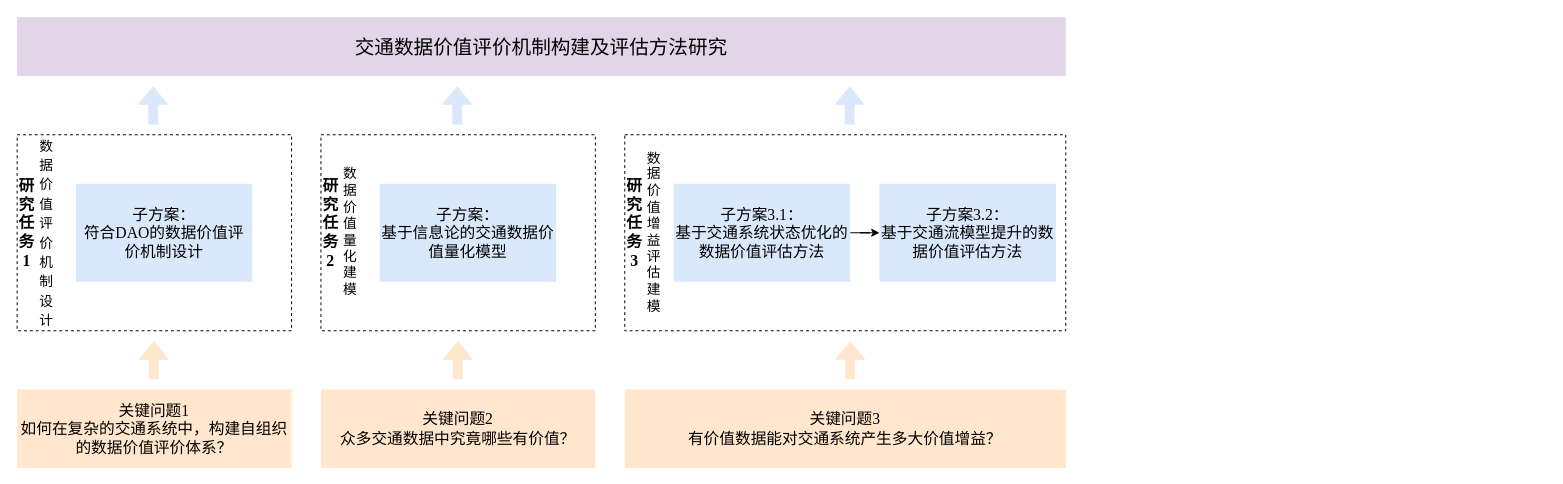
eveyuyi/pics_git keeps this draw.io diagram as images/青基_研究路线.drawio. Above is the earlier version. Source tidied: cells renumbered, new cells numbered last; positions are measured from the earlier drawing's top-left corner, leaving out a move shared by most shapes. Both pictures are drawn from the tidied source at 98%, with x=0, y=0 at pixel (17, 17).
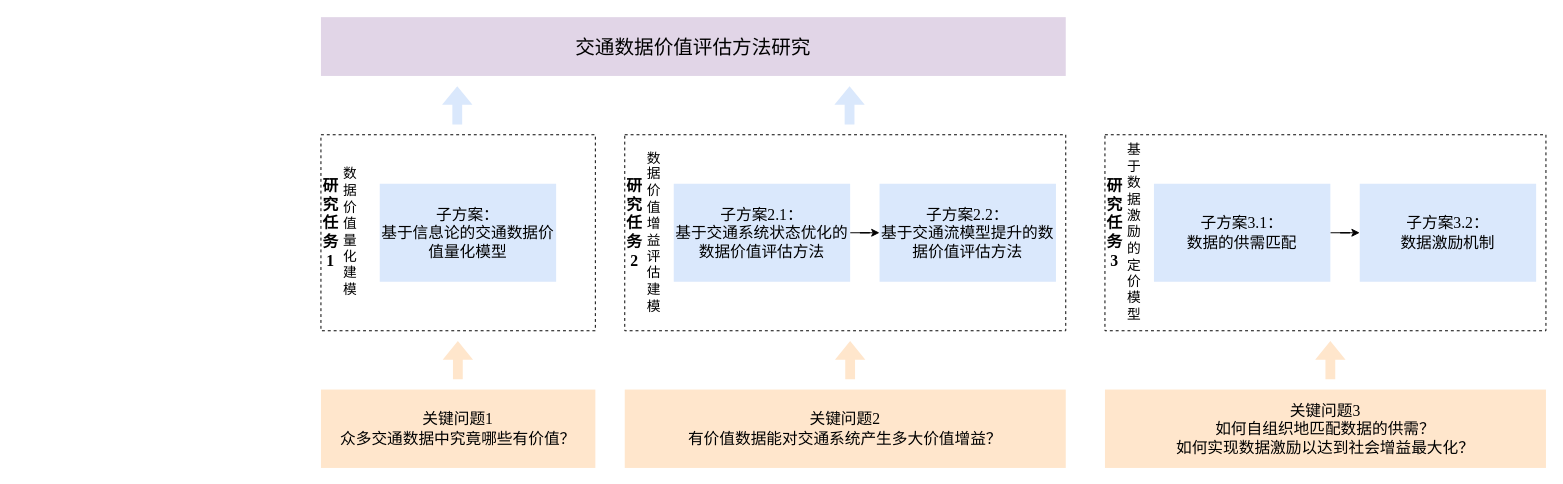
The same diagram, later.

Commit message:
Update 青基_研究路线.drawio

What changed in the source:
```diff
@@
-    <mxCell id="2" style="rounded=0;whiteSpace=wrap;html=1;fontFamily=Times New Roman;fontSize=14;fillColor=none;dashed=1;" parent="1" vertex="1">
-      <mxGeometry y="120" width="280" height="200" as="geometry" />
-    </mxCell>
-    <mxCell id="3" value="&lt;font style=&quot;font-size: 20px;&quot;&gt;交通数据价值评价机制构建及评估方法研究&lt;/font&gt;" style="rounded=0;whiteSpace=wrap;html=1;fillColor=#e1d5e7;strokeColor=none;fontSize=16;fontFamily=Times New Roman;" parent="1" vertex="1">
-      <mxGeometry width="1070" height="60" as="geometry" />
+    <mxCell id="3" value="&lt;font style=&quot;font-size: 20px;&quot;&gt;交通数据价值评估方法研究&lt;/font&gt;" style="rounded=0;whiteSpace=wrap;html=1;fillColor=#e1d5e7;strokeColor=none;fontSize=16;fontFamily=Times New Roman;" parent="1" vertex="1">
+      <mxGeometry x="310" width="760" height="60" as="geometry" />
     </mxCell>
-    <mxCell id="4" value="&lt;span style=&quot;font-weight: normal;&quot;&gt;子方案：&lt;br&gt;符合DAO的数据价值评价机制设计&lt;/span&gt;" style="rounded=0;whiteSpace=wrap;html=1;fillColor=#dae8fc;strokeColor=none;fontSize=16;fontStyle=1;flipH=0;flipV=0;fontFamily=Times New Roman;" parent="1" vertex="1">
-      <mxGeometry x="60" y="170" width="180" height="100" as="geometry" />
-    </mxCell>
-    <mxCell id="5" value="关键问题1&lt;br&gt;如何在复杂的交通系统中，构建自组织的数据价值评价体系？" style="rounded=0;whiteSpace=wrap;html=1;fontSize=16;fillColor=#ffe6cc;strokeColor=none;fontFamily=Times New Roman;" parent="1" vertex="1">
-      <mxGeometry y="380" width="280" height="80" as="geometry" />
-    </mxCell>
-    <mxCell id="6" value="关键问题2&lt;br&gt;众多交通数据中究竟哪些有价值？" style="rounded=0;whiteSpace=wrap;html=1;fontSize=16;fillColor=#ffe6cc;strokeColor=none;fontFamily=Times New Roman;" parent="1" vertex="1">
+    <mxCell id="6" value="关键问题1&lt;br&gt;众多交通数据中究竟哪些有价值？" style="rounded=0;whiteSpace=wrap;html=1;fontSize=16;fillColor=#ffe6cc;strokeColor=none;fontFamily=Times New Roman;" parent="1" vertex="1">
       <mxGeometry x="310" y="380" width="280" height="80" as="geometry" />
     </mxCell>
-    <mxCell id="7" value="关键问题3&lt;br&gt;有价值数据能对交通系统产生多大价值增益？" style="rounded=0;whiteSpace=wrap;html=1;fontSize=16;fillColor=#ffe6cc;strokeColor=none;fontFamily=Times New Roman;" parent="1" vertex="1">
+    <mxCell id="7" value="关键问题2&lt;br&gt;有价值数据能对交通系统产生多大价值增益？" style="rounded=0;whiteSpace=wrap;html=1;fontSize=16;fillColor=#ffe6cc;strokeColor=none;fontFamily=Times New Roman;" parent="1" vertex="1">
       <mxGeometry x="620" y="380" width="450" height="80" as="geometry" />
     </mxCell>
-    <mxCell id="8" value="&lt;b&gt;研究任务1&lt;/b&gt;" style="rounded=0;whiteSpace=wrap;html=1;fontSize=16;fillColor=none;strokeColor=none;fontFamily=Times New Roman;" parent="1" vertex="1">
-      <mxGeometry y="180" width="20" height="60" as="geometry" />
-    </mxCell>
-    <mxCell id="9" value="&lt;font style=&quot;font-size: 14px;&quot;&gt;数据价值评价机制设计&lt;/font&gt;" style="rounded=0;whiteSpace=wrap;html=1;fontSize=16;fillColor=none;strokeColor=none;fontFamily=Times New Roman;" parent="1" vertex="1">
-      <mxGeometry x="20" y="190" width="20" height="60" as="geometry" />
-    </mxCell>
@@
-    <mxCell id="12" value="&lt;b&gt;研究任务2&lt;/b&gt;" style="rounded=0;whiteSpace=wrap;html=1;fontSize=16;fillColor=none;strokeColor=none;fontFamily=Times New Roman;" parent="1" vertex="1">
+    <mxCell id="12" value="&lt;b&gt;研究任务1&lt;/b&gt;" style="rounded=0;whiteSpace=wrap;html=1;fontSize=16;fillColor=none;strokeColor=none;fontFamily=Times New Roman;" parent="1" vertex="1">
       <mxGeometry x="310" y="180" width="20" height="60" as="geometry" />
     </mxCell>
@@
-    <mxCell id="15" value="&lt;span style=&quot;font-weight: normal;&quot;&gt;子方案3.2：&lt;br&gt;&lt;/span&gt;&lt;span style=&quot;font-weight: 400;&quot;&gt;基于交通流模型提升的数据价值评估方法&lt;/span&gt;&lt;span style=&quot;font-weight: normal;&quot;&gt;&lt;br&gt;&lt;/span&gt;" style="rounded=0;whiteSpace=wrap;html=1;fillColor=#dae8fc;strokeColor=none;fontSize=16;fontStyle=1;flipH=0;flipV=0;fontFamily=Times New Roman;" parent="1" vertex="1">
+    <mxCell id="15" value="&lt;span style=&quot;font-weight: normal;&quot;&gt;子方案2.2：&lt;br&gt;&lt;/span&gt;&lt;span style=&quot;font-weight: 400;&quot;&gt;基于交通流模型提升的数据价值评估方法&lt;/span&gt;&lt;span style=&quot;font-weight: normal;&quot;&gt;&lt;br&gt;&lt;/span&gt;" style="rounded=0;whiteSpace=wrap;html=1;fillColor=#dae8fc;strokeColor=none;fontSize=16;fontStyle=1;flipH=0;flipV=0;fontFamily=Times New Roman;" parent="1" vertex="1">
       <mxGeometry x="880" y="170" width="180" height="100" as="geometry" />
     </mxCell>
-    <mxCell id="16" value="&lt;b&gt;研究任务3&lt;/b&gt;" style="rounded=0;whiteSpace=wrap;html=1;fontSize=16;fillColor=none;strokeColor=none;fontFamily=Times New Roman;" parent="1" vertex="1">
+    <mxCell id="16" value="&lt;b&gt;研究任务2&lt;/b&gt;" style="rounded=0;whiteSpace=wrap;html=1;fontSize=16;fillColor=none;strokeColor=none;fontFamily=Times New Roman;" parent="1" vertex="1">
       <mxGeometry x="620" y="180" width="20" height="60" as="geometry" />
     </mxCell>
@@
-    <mxCell id="18" style="shape=flexArrow;endArrow=classic;html=1;rounded=0;fontFamily=Times New Roman;fontSize=14;fillColor=#ffe6cc;strokeColor=none;" parent="1" edge="1">
-      <mxGeometry relative="1" as="geometry">
-        <mxPoint x="139.5" y="370" as="sourcePoint" />
-        <mxPoint x="139.5" y="330" as="targetPoint" />
-      </mxGeometry>
-    </mxCell>
@@
-    <mxCell id="20" value="&lt;span style=&quot;font-weight: normal;&quot;&gt;子方案3.1：&lt;br&gt;&lt;/span&gt;&lt;span style=&quot;font-weight: 400;&quot;&gt;基于交通系统状态优化的数据价值评估方法&lt;/span&gt;&lt;span style=&quot;font-weight: normal;&quot;&gt;&lt;br&gt;&lt;/span&gt;" style="rounded=0;whiteSpace=wrap;html=1;fillColor=#dae8fc;strokeColor=none;fontSize=16;fontStyle=1;flipH=0;flipV=0;fontFamily=Times New Roman;" parent="1" vertex="1">
+    <mxCell id="20" value="&lt;span style=&quot;font-weight: normal;&quot;&gt;子方案2.1：&lt;br&gt;&lt;/span&gt;&lt;span style=&quot;font-weight: 400;&quot;&gt;基于交通系统状态优化的数据价值评估方法&lt;/span&gt;&lt;span style=&quot;font-weight: normal;&quot;&gt;&lt;br&gt;&lt;/span&gt;" style="rounded=0;whiteSpace=wrap;html=1;fillColor=#dae8fc;strokeColor=none;fontSize=16;fontStyle=1;flipH=0;flipV=0;fontFamily=Times New Roman;" parent="1" vertex="1">
       <mxGeometry x="670" y="170" width="180" height="100" as="geometry" />
     </mxCell>
@@
-    <mxCell id="23" style="shape=flexArrow;endArrow=classic;html=1;rounded=0;fontFamily=Times New Roman;fontSize=14;fillColor=#dae8fc;strokeColor=none;" parent="1" edge="1">
-      <mxGeometry relative="1" as="geometry">
-        <mxPoint x="138.9" y="110" as="sourcePoint" />
-        <mxPoint x="138.9" y="70" as="targetPoint" />
-      </mxGeometry>
-    </mxCell>
@@
+    <mxCell id="26" style="rounded=0;whiteSpace=wrap;html=1;fontFamily=Times New Roman;fontSize=14;fillColor=none;dashed=1;" parent="1" vertex="1">
+      <mxGeometry x="1110" y="120" width="450" height="200" as="geometry" />
+    </mxCell>
+    <mxCell id="27" value="&lt;span style=&quot;font-weight: normal;&quot;&gt;子方案3.2：&lt;br&gt;数据激励机制&lt;br&gt;&lt;/span&gt;" style="rounded=0;whiteSpace=wrap;html=1;fillColor=#dae8fc;strokeColor=none;fontSize=16;fontStyle=1;flipH=0;flipV=0;fontFamily=Times New Roman;" parent="1" vertex="1">
+      <mxGeometry x="1370" y="170" width="180" height="100" as="geometry" />
+    </mxCell>
+    <mxCell id="28" value="&lt;b&gt;研究任务3&lt;/b&gt;" style="rounded=0;whiteSpace=wrap;html=1;fontSize=16;fillColor=none;strokeColor=none;fontFamily=Times New Roman;" parent="1" vertex="1">
+      <mxGeometry x="1110" y="180" width="20" height="60" as="geometry" />
+    </mxCell>
+    <mxCell id="29" value="基于数据激励的定价模型" style="rounded=0;whiteSpace=wrap;html=1;fontSize=14;fillColor=none;strokeColor=none;fontFamily=Times New Roman;" parent="1" vertex="1">
+      <mxGeometry x="1130" y="190" width="20" height="60" as="geometry" />
+    </mxCell>
+    <mxCell id="30" style="edgeStyle=orthogonalEdgeStyle;rounded=0;jettySize=auto;html=1;entryX=0;entryY=0.5;entryDx=0;entryDy=0;fontFamily=Times New Roman;fontSize=14;" parent="1" edge="1" source="31" target="27">
+      <mxGeometry relative="1" as="geometry" />
+    </mxCell>
+    <mxCell id="31" value="&lt;span style=&quot;font-weight: normal;&quot;&gt;子方案3.1：&lt;br&gt;&lt;/span&gt;&lt;span style=&quot;font-weight: normal;&quot;&gt;数据的供需匹配&lt;br&gt;&lt;/span&gt;" style="rounded=0;whiteSpace=wrap;html=1;fillColor=#dae8fc;strokeColor=none;fontSize=16;fontStyle=1;flipH=0;flipV=0;fontFamily=Times New Roman;" parent="1" vertex="1">
+      <mxGeometry x="1160" y="170" width="180" height="100" as="geometry" />
+    </mxCell>
+    <mxCell id="32" value="关键问题3&lt;br&gt;如何自组织地匹配数据的供需？&lt;br&gt;如何实现数据激励以达到社会增益最大化？" style="rounded=0;whiteSpace=wrap;html=1;fontSize=16;fillColor=#ffe6cc;strokeColor=none;fontFamily=Times New Roman;" parent="1" vertex="1">
+      <mxGeometry x="1110" y="380" width="450" height="80" as="geometry" />
+    </mxCell>
+    <mxCell id="33" style="shape=flexArrow;endArrow=classic;html=1;rounded=0;fontFamily=Times New Roman;fontSize=14;fillColor=#ffe6cc;strokeColor=none;" parent="1" edge="1">
+      <mxGeometry x="0.5" y="-240" relative="1" as="geometry">
+        <mxPoint x="1340" y="370" as="sourcePoint" />
+        <mxPoint x="1340" y="330" as="targetPoint" />
+      </mxGeometry>
+    </mxCell>
```
